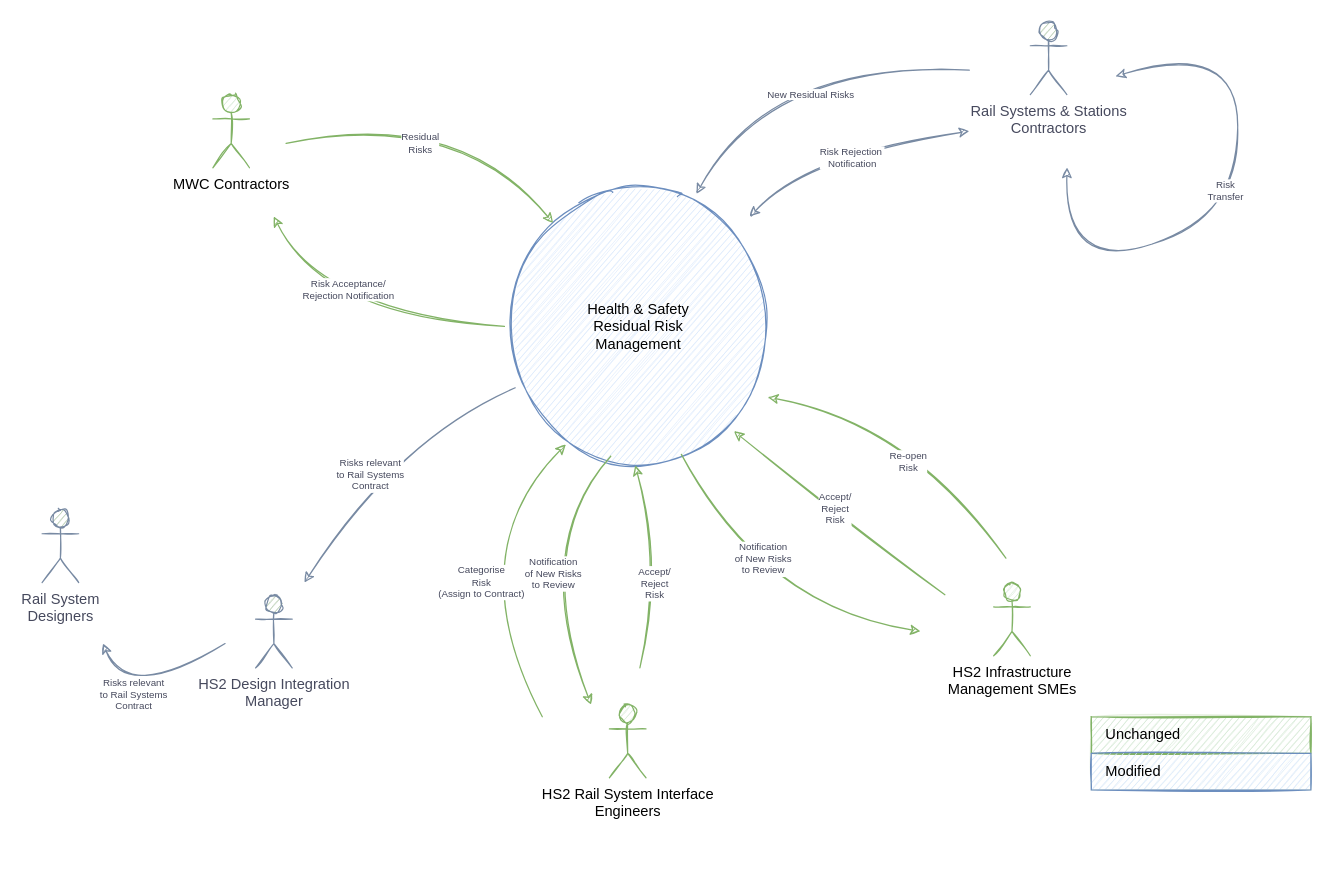
Above: page "Context Diagram - phase #2" (2 of 10) of P639 Diagrams.drawio in martinlt/reference (draw.io), before the change. Source tidied: cells renumbered, new cells numbered last; positions are measured from the earlier drawing's top-left corner, leaving out a move shared by most shapes. Both pictures are drawn from the tidied source at 122%, with x=0, y=0 at pixel (41, 21).
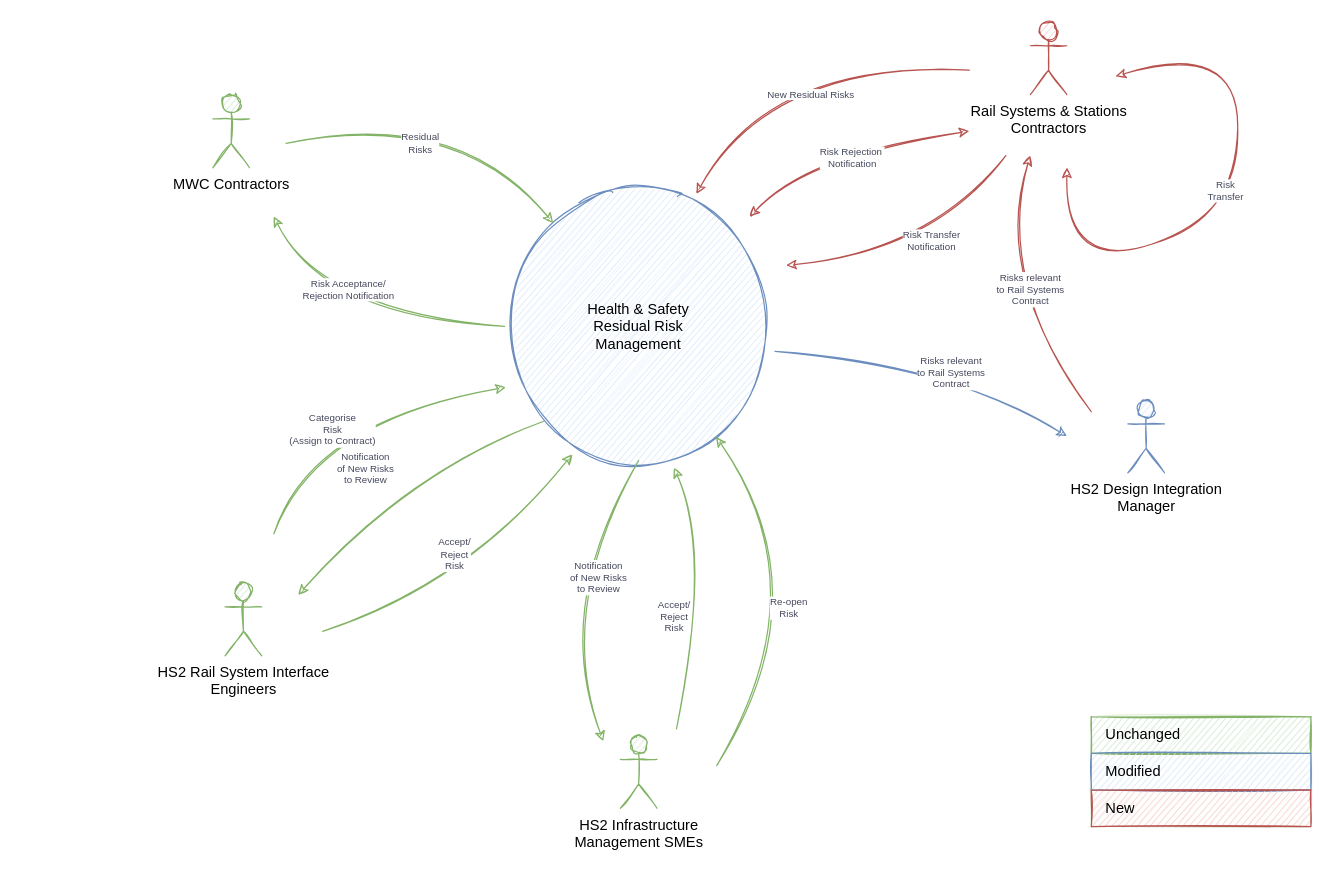
After the change.

Unchanged cells that the change refers to:
```xml
<mxCell id="2" value="Health &amp;amp; Safety&lt;br&gt;Residual Risk &lt;br&gt;Management&lt;br&gt;" style="ellipse;whiteSpace=wrap;html=1;sketch=1;fillColor=#dae8fc;strokeColor=#6c8ebf;" parent="1" vertex="1">
  <mxGeometry x="379" y="140" width="220" height="220" as="geometry" />
</mxCell>
```

Diff of the diagram source:
```diff
@@
     <mxCell id="5" value="HS2 Rail System Interface&lt;br&gt;Engineers" style="shape=umlActor;verticalLabelPosition=bottom;verticalAlign=top;html=1;sketch=1;fillColor=#d5e8d4;strokeColor=#82b366;" parent="1" vertex="1">
-      <mxGeometry x="465" y="560" width="30" height="60" as="geometry" />
+      <mxGeometry x="150" y="460" width="30" height="60" as="geometry" />
     </mxCell>
     <mxCell id="6" value="HS2 Infrastructure &lt;br&gt;Management SMEs" style="shape=umlActor;verticalLabelPosition=bottom;verticalAlign=top;html=1;sketch=1;fillColor=#d5e8d4;strokeColor=#82b366;" parent="1" vertex="1">
-      <mxGeometry x="780" y="460" width="30" height="60" as="geometry" />
+      <mxGeometry x="474" y="585" width="30" height="60" as="geometry" />
     </mxCell>
-    <mxCell id="7" value="Risks relevant&lt;br style=&quot;font-size: 8px;&quot;&gt;to Rail Systems &lt;br style=&quot;font-size: 8px;&quot;&gt;Contract" style="curved=1;endArrow=none;html=1;rounded=0;entryX=0.04;entryY=0.729;entryDx=0;entryDy=0;startArrow=classic;startFill=1;endFill=0;sketch=1;strokeColor=#788AA3;fontColor=#46495D;fontSize=8;entryPerimeter=0;" parent="1" edge="1" target="2">
+    <mxCell id="7" value="Risks relevant&lt;br style=&quot;font-size: 8px;&quot;&gt;to Rail Systems &lt;br style=&quot;font-size: 8px;&quot;&gt;Contract" style="curved=1;endArrow=none;html=1;rounded=0;entryX=1.008;entryY=0.593;entryDx=0;entryDy=0;startArrow=classic;startFill=1;endFill=0;sketch=1;strokeColor=#6c8ebf;fontColor=#46495D;fontSize=8;entryPerimeter=0;fillColor=#dae8fc;" parent="1" edge="1" target="2">
       <mxGeometry x="-0.16" y="4" relative="1" as="geometry">
-        <mxPoint x="215" y="460" as="sourcePoint" />
+        <mxPoint x="840" y="340" as="sourcePoint" />
         <Array as="points">
-          <mxPoint x="295" y="340" />
+          <mxPoint x="740" y="280" />
         </Array>
       </mxGeometry>
     </mxCell>
-    <mxCell id="8" value="Notification&lt;br style=&quot;font-size: 8px;&quot;&gt;of New Risks&lt;br style=&quot;font-size: 8px;&quot;&gt;to Review" style="curved=1;endArrow=none;html=1;rounded=0;entryX=0.659;entryY=0.977;entryDx=0;entryDy=0;startArrow=classic;startFill=1;endFill=0;entryPerimeter=0;sketch=1;strokeColor=#82b366;fontColor=#46495D;fontSize=8;fillColor=#d5e8d4;" parent="1" edge="1" target="2">
+    <mxCell id="8" value="Notification&lt;br style=&quot;font-size: 8px;&quot;&gt;of New Risks&lt;br style=&quot;font-size: 8px;&quot;&gt;to Review" style="curved=1;endArrow=none;html=1;rounded=0;entryX=0.5;entryY=1;entryDx=0;entryDy=0;startArrow=classic;startFill=1;endFill=0;sketch=1;strokeColor=#82b366;fontColor=#46495D;fontSize=8;fillColor=#d5e8d4;" parent="1" edge="1" target="2">
       <mxGeometry x="0.22" y="-19" relative="1" as="geometry">
-        <mxPoint x="720" y="500" as="sourcePoint" />
+        <mxPoint x="460" y="590" as="sourcePoint" />
         <Array as="points">
-          <mxPoint x="590" y="480" />
+          <mxPoint x="420" y="480" />
         </Array>
       </mxGeometry>
     </mxCell>
-    <mxCell id="9" value="Accept/&lt;br style=&quot;font-size: 8px;&quot;&gt;Reject&lt;br style=&quot;font-size: 8px;&quot;&gt;Risk" style="curved=1;endArrow=classic;html=1;rounded=0;entryX=0.855;entryY=0.891;entryDx=0;entryDy=0;startArrow=none;startFill=0;endFill=1;entryPerimeter=0;sketch=1;strokeColor=#82b366;fontColor=#46495D;fontSize=8;fillColor=#d5e8d4;" parent="1" edge="1" target="2">
-      <mxGeometry x="0.04" y="-1" relative="1" as="geometry">
-        <mxPoint x="740" y="470" as="sourcePoint" />
+    <mxCell id="9" value="Accept/&lt;br style=&quot;font-size: 8px;&quot;&gt;Reject&lt;br style=&quot;font-size: 8px;&quot;&gt;Risk" style="curved=1;endArrow=classic;html=1;rounded=0;startArrow=none;startFill=0;endFill=1;sketch=1;strokeColor=#82b366;fontColor=#46495D;fontSize=8;fillColor=#d5e8d4;entryX=0.632;entryY=1.027;entryDx=0;entryDy=0;entryPerimeter=0;" parent="1" edge="1" target="2">
+      <mxGeometry x="-0.2" y="21" relative="1" as="geometry">
+        <mxPoint x="520" y="580" as="sourcePoint" />
         <Array as="points">
-          <mxPoint x="635" y="390" />
+          <mxPoint x="550" y="440" />
         </Array>
       </mxGeometry>
     </mxCell>
@@
-    <mxCell id="11" value="Re-open&lt;br style=&quot;font-size: 8px;&quot;&gt;Risk" style="curved=1;endArrow=classic;html=1;rounded=0;entryX=0.855;entryY=0.891;entryDx=0;entryDy=0;startArrow=none;startFill=0;endFill=1;entryPerimeter=0;sketch=1;strokeColor=#82b366;fontColor=#46495D;fontSize=8;fillColor=#d5e8d4;" parent="1" edge="1">
+    <mxCell id="11" value="Re-open&lt;br style=&quot;font-size: 8px;&quot;&gt;Risk" style="curved=1;endArrow=classic;html=1;rounded=0;entryX=0.789;entryY=0.911;entryDx=0;entryDy=0;startArrow=none;startFill=0;endFill=1;entryPerimeter=0;sketch=1;strokeColor=#82b366;fontColor=#46495D;fontSize=8;fillColor=#d5e8d4;" parent="1" edge="1" target="2">
       <mxGeometry x="-0.12" y="18" relative="1" as="geometry">
-        <mxPoint x="790" y="440" as="sourcePoint" />
-        <mxPoint x="595" y="308" as="targetPoint" />
+        <mxPoint x="553" y="610" as="sourcePoint" />
         <Array as="points">
-          <mxPoint x="710" y="330" />
+          <mxPoint x="640" y="470" />
         </Array>
       </mxGeometry>
     </mxCell>
-    <mxCell id="12" value="HS2 Design Integration&lt;br&gt;Manager" style="shape=umlActor;verticalLabelPosition=bottom;verticalAlign=top;html=1;rounded=0;sketch=1;fontColor=#46495D;strokeColor=#788AA3;fillColor=#B2C9AB;" parent="1" vertex="1">
-      <mxGeometry x="175" y="470" width="30" height="60" as="geometry" />
+    <mxCell id="12" value="HS2 Design Integration&lt;br&gt;Manager" style="shape=umlActor;verticalLabelPosition=bottom;verticalAlign=top;html=1;rounded=0;sketch=1;strokeColor=#6c8ebf;fillColor=#dae8fc;" parent="1" vertex="1">
+      <mxGeometry x="890" y="310" width="30" height="60" as="geometry" />
     </mxCell>
-    <mxCell id="13" value="Categorise&lt;br&gt;Risk &lt;br&gt;(Assign to Contract)" style="curved=1;endArrow=none;html=1;rounded=0;startArrow=classic;startFill=1;endFill=0;sketch=1;strokeColor=#82b366;fontColor=#46495D;exitX=0.228;exitY=0.94;exitDx=0;exitDy=0;exitPerimeter=0;fontSize=8;fillColor=#d5e8d4;" parent="1" edge="1" source="2">
+    <mxCell id="13" value="Categorise&lt;br&gt;Risk &lt;br&gt;(Assign to Contract)" style="curved=1;endArrow=none;html=1;rounded=0;startArrow=classic;startFill=1;endFill=0;sketch=1;strokeColor=#82b366;fontColor=#46495D;exitX=0.005;exitY=0.727;exitDx=0;exitDy=0;exitPerimeter=0;fontSize=8;fillColor=#d5e8d4;" parent="1" edge="1" source="2">
       <mxGeometry x="0.13" y="8" relative="1" as="geometry">
-        <mxPoint x="410" y="570" as="targetPoint" />
+        <mxPoint x="190" y="420" as="targetPoint" />
         <Array as="points">
-          <mxPoint x="340" y="440" />
+          <mxPoint x="220" y="330" />
         </Array>
       </mxGeometry>
     </mxCell>
-    <mxCell id="14" value="Rail System&lt;br&gt;Designers" style="shape=umlActor;verticalLabelPosition=bottom;verticalAlign=top;html=1;rounded=0;sketch=1;fontColor=#46495D;strokeColor=#788AA3;fillColor=#B2C9AB;" parent="1" vertex="1">
-      <mxGeometry y="400" width="30" height="60" as="geometry" />
-    </mxCell>
-    <mxCell id="15" value="Risks relevant&lt;br style=&quot;font-size: 8px;&quot;&gt;to Rail Systems &lt;br style=&quot;font-size: 8px;&quot;&gt;Contract" style="curved=1;endArrow=none;html=1;rounded=0;startArrow=classic;startFill=1;endFill=0;sketch=1;strokeColor=#788AA3;fontColor=#46495D;fontSize=8;" parent="1" edge="1">
-      <mxGeometry x="-0.16" y="4" relative="1" as="geometry">
-        <mxPoint x="50" y="510" as="sourcePoint" />
-        <mxPoint x="150" y="510" as="targetPoint" />
-        <Array as="points">
-          <mxPoint x="70" y="560" />
-        </Array>
-      </mxGeometry>
-    </mxCell>
-    <mxCell id="16" value="Notification&lt;br style=&quot;font-size: 8px;&quot;&gt;of New Risks&lt;br style=&quot;font-size: 8px;&quot;&gt;to Review" style="curved=1;endArrow=none;html=1;rounded=0;entryX=0.396;entryY=0.984;entryDx=0;entryDy=0;startArrow=classic;startFill=1;endFill=0;entryPerimeter=0;sketch=1;strokeColor=#82b366;fontColor=#46495D;fontSize=8;fillColor=#d5e8d4;" parent="1" edge="1" target="2">
-      <mxGeometry x="-0.07" y="-9" relative="1" as="geometry">
-        <mxPoint x="450" y="560" as="sourcePoint" />
+    <mxCell id="16" value="Notification&lt;br style=&quot;font-size: 8px;&quot;&gt;of New Risks&lt;br style=&quot;font-size: 8px;&quot;&gt;to Review" style="curved=1;endArrow=none;html=1;rounded=0;startArrow=classic;startFill=1;endFill=0;sketch=1;strokeColor=#82b366;fontColor=#46495D;fontSize=8;fillColor=#d5e8d4;entryX=0;entryY=1;entryDx=0;entryDy=0;" parent="1" edge="1" target="2">
+      <mxGeometry x="-0.1" y="28" relative="1" as="geometry">
+        <mxPoint x="210" y="470" as="sourcePoint" />
         <Array as="points">
-          <mxPoint x="400" y="430" />
+          <mxPoint x="300" y="370" />
         </Array>
       </mxGeometry>
     </mxCell>
-    <mxCell id="17" value="Accept/&lt;br style=&quot;font-size: 8px&quot;&gt;Reject&lt;br style=&quot;font-size: 8px&quot;&gt;Risk" style="curved=1;endArrow=classic;html=1;rounded=0;entryX=0.487;entryY=1.018;entryDx=0;entryDy=0;startArrow=none;startFill=0;endFill=1;entryPerimeter=0;sketch=1;strokeColor=#82b366;fontColor=#46495D;fontSize=8;fillColor=#d5e8d4;" parent="1" edge="1" target="2">
-      <mxGeometry x="-0.18" y="5" relative="1" as="geometry">
-        <mxPoint x="490" y="530" as="sourcePoint" />
+    <mxCell id="17" value="Accept/&lt;br style=&quot;font-size: 8px&quot;&gt;Reject&lt;br style=&quot;font-size: 8px&quot;&gt;Risk" style="curved=1;endArrow=classic;html=1;rounded=0;entryX=0.252;entryY=0.977;entryDx=0;entryDy=0;startArrow=none;startFill=0;endFill=1;entryPerimeter=0;sketch=1;strokeColor=#82b366;fontColor=#46495D;fontSize=8;fillColor=#d5e8d4;" parent="1" edge="1" target="2">
+      <mxGeometry x="0.04" y="23" relative="1" as="geometry">
+        <mxPoint x="230" y="500" as="sourcePoint" />
         <Array as="points">
-          <mxPoint x="510" y="450" />
+          <mxPoint x="350" y="460" />
         </Array>
+        <mxPoint y="-1" as="offset" />
       </mxGeometry>
     </mxCell>
     <mxCell id="18" style="shape=table;html=1;whiteSpace=wrap;startSize=0;childLayout=tableLayout;fillColor=#d5e8d4;align=left;spacingLeft=10;strokeColor=#82b366;rounded=1;arcSize=11;sketch=1;opacity=20;" parent="1" vertex="1">
-      <mxGeometry x="860" y="570" width="180" height="60" as="geometry" />
+      <mxGeometry x="860" y="570" width="180" height="90" as="geometry" />
     </mxCell>
@@
+    <mxCell id="25" value="New" style="shape=partialRectangle;html=1;whiteSpace=wrap;fillColor=#f8cecc;top=1;left=1;bottom=1;right=1;overflow=hidden;align=left;spacingLeft=10;rounded=0;sketch=1;strokeColor=#b85450;" parent="18" vertex="1">
+      <mxGeometry y="60" width="180" height="30" as="geometry" />
+    </mxCell>
-    <mxCell id="21" value="Rail Systems &amp;amp; Stations&lt;div&gt;Contractors&lt;/div&gt;" style="shape=umlActor;verticalLabelPosition=bottom;verticalAlign=top;html=1;rounded=0;sketch=1;fillColor=#B2C9AB;strokeColor=#788AA3;fontColor=#46495D;" parent="1" vertex="1">
+    <mxCell id="21" value="Rail Systems &amp;amp; Stations&lt;div&gt;Contractors&lt;/div&gt;" style="shape=umlActor;verticalLabelPosition=bottom;verticalAlign=top;html=1;rounded=0;sketch=1;fillColor=#f8cecc;strokeColor=#b85450;" parent="1" vertex="1">
       <mxGeometry x="810" width="30" height="60" as="geometry" />
     </mxCell>
-    <mxCell id="22" value="New Residual Risks" style="curved=1;endArrow=classic;html=1;rounded=0;sketch=1;strokeColor=#788AA3;fontColor=#46495D;fontSize=8;entryX=0.715;entryY=0.006;entryDx=0;entryDy=0;entryPerimeter=0;" parent="1" edge="1" target="2">
+    <mxCell id="22" value="New Residual Risks" style="curved=1;endArrow=classic;html=1;rounded=0;sketch=1;strokeColor=#b85450;fontColor=#46495D;fontSize=8;entryX=0.715;entryY=0.006;entryDx=0;entryDy=0;entryPerimeter=0;fillColor=#f8cecc;" parent="1" edge="1" target="2">
       <mxGeometry x="-0.11" y="28" relative="1" as="geometry">
         <mxPoint x="760" y="40" as="sourcePoint" />
         <Array as="points">
           <mxPoint x="600" y="30" />
         </Array>
         <mxPoint x="-1" as="offset" />
       </mxGeometry>
     </mxCell>
-    <mxCell id="23" value="Risk Rejection&amp;nbsp;&lt;div&gt;Notification&lt;/div&gt;" style="curved=1;endArrow=classic;html=1;rounded=0;sketch=1;strokeColor=#788AA3;fontColor=#46495D;fontSize=8;startArrow=classic;startFill=1;" parent="1" edge="1">
+    <mxCell id="23" value="Risk Rejection&amp;nbsp;&lt;div&gt;Notification&lt;/div&gt;" style="curved=1;endArrow=classic;html=1;rounded=0;sketch=1;strokeColor=#b85450;fontColor=#46495D;fontSize=8;startArrow=classic;startFill=1;fillColor=#f8cecc;" parent="1" edge="1">
       <mxGeometry x="-0.03" y="7" relative="1" as="geometry">
         <mxPoint x="760" y="90" as="sourcePoint" />
         <mxPoint x="580" y="160" as="targetPoint" />
         <Array as="points">
           <mxPoint x="630" y="110" />
         </Array>
       </mxGeometry>
     </mxCell>
-    <mxCell id="24" value="Risk&lt;div&gt;Transfer&lt;/div&gt;" style="curved=1;endArrow=classic;html=1;rounded=0;sketch=1;strokeColor=#788AA3;fontColor=#46495D;fontSize=8;startArrow=classic;startFill=1;" parent="1" edge="1">
+    <mxCell id="24" value="Risk&lt;div&gt;Transfer&lt;/div&gt;" style="curved=1;endArrow=classic;html=1;rounded=0;sketch=1;strokeColor=#b85450;fontColor=#46495D;fontSize=8;startArrow=classic;startFill=1;fillColor=#f8cecc;" parent="1" edge="1">
       <mxGeometry x="0.05" y="10" relative="1" as="geometry">
         <mxPoint x="840" y="120" as="sourcePoint" />
         <mxPoint x="880" y="45" as="targetPoint" />
         <Array as="points">
           <mxPoint x="840" y="205" />
           <mxPoint x="980" y="160" />
           <mxPoint x="980" y="15" />
         </Array>
       </mxGeometry>
     </mxCell>
+    <mxCell id="26" value="Risk Transfer&lt;div&gt;Notification&lt;/div&gt;" style="curved=1;endArrow=classic;html=1;rounded=0;sketch=1;strokeColor=#b85450;fontColor=#46495D;fontSize=8;fillColor=#f8cecc;" parent="1" edge="1">
+      <mxGeometry x="-0.09" y="-10" relative="1" as="geometry">
+        <mxPoint x="790" y="110" as="sourcePoint" />
+        <mxPoint x="610" y="200" as="targetPoint" />
+        <Array as="points">
+          <mxPoint x="730" y="190" />
+        </Array>
+      </mxGeometry>
+    </mxCell>
+    <mxCell id="15" value="Risks relevant&lt;br style=&quot;font-size: 8px;&quot;&gt;to Rail Systems &lt;br style=&quot;font-size: 8px;&quot;&gt;Contract" style="curved=1;endArrow=none;html=1;rounded=0;startArrow=classic;startFill=1;endFill=0;sketch=1;strokeColor=#b85450;fontColor=#46495D;fontSize=8;fillColor=#f8cecc;" parent="1" edge="1">
+      <mxGeometry x="0.08" y="18" relative="1" as="geometry">
+        <mxPoint x="810" y="110" as="sourcePoint" />
+        <mxPoint x="860" y="320" as="targetPoint" />
+        <Array as="points">
+          <mxPoint x="780" y="210" />
+        </Array>
+      </mxGeometry>
+    </mxCell>
```
